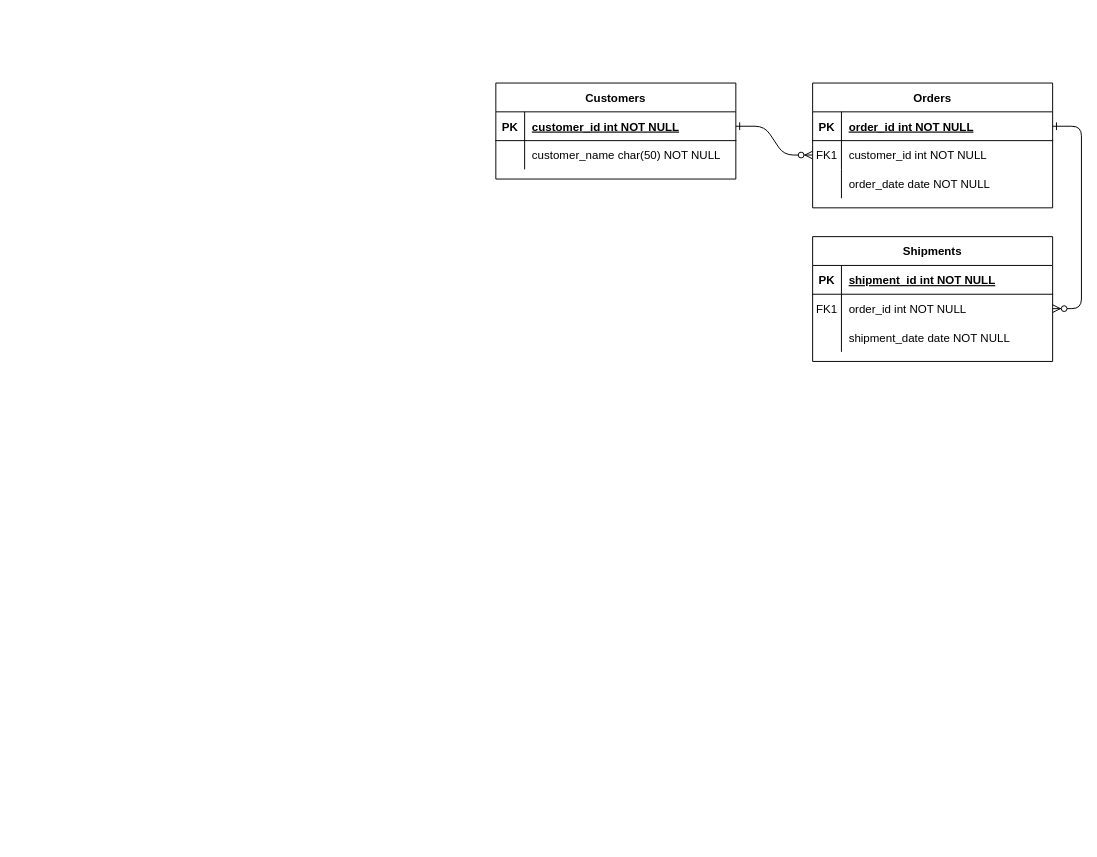
Before: Untitled Diagram.drawio in Jcampbell30/CPSC--3220-File-and-Database-Processing, a draw.io diagram. Source tidied: cells renumbered, new cells numbered last; positions are measured from the earlier drawing's top-left corner, leaving out a move shared by most shapes. Both pictures are drawn from the tidied source at 96%, with x=0, y=0 at pixel (495, 83).
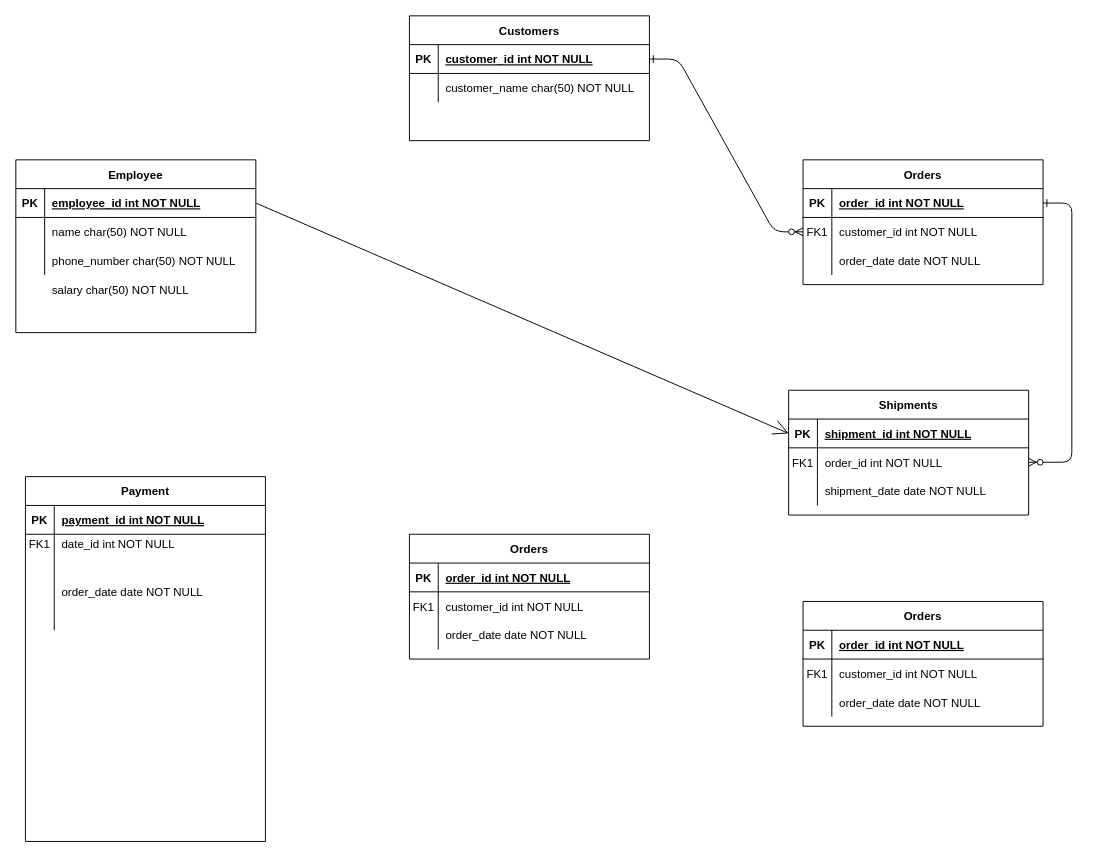
The same diagram, later.

The change refers to these unchanged cells:
```xml
<mxCell id="15" style="shape=partialRectangle;fillColor=none;points=[[0,0.5],[1,0.5]];portConstraint=eastwest;top=0;left=0;right=0;bottom=1;" parent="14" vertex="1">
  <mxGeometry y="30" width="250" height="30" as="geometry" />
</mxCell>
```

The edit, as a diff of the source:
```diff
@@
     <mxCell id="4" value="Orders" style="shape=table;startSize=30;childLayout=tableLayout;rowLines=0;fontStyle=1;align=center;" parent="1" vertex="1">
-      <mxGeometry x="330" width="250" height="130" as="geometry" />
+      <mxGeometry x="320" y="80" width="250" height="130" as="geometry" />
     </mxCell>
@@
     <mxCell id="14" value="Shipments" style="shape=table;startSize=30;childLayout=tableLayout;rowLines=0;fontStyle=1;align=center;" parent="1" vertex="1">
-      <mxGeometry x="330" y="160" width="250" height="130" as="geometry" />
+      <mxGeometry x="305" y="320" width="250" height="130" as="geometry" />
     </mxCell>
@@
     <mxCell id="24" value="Customers" style="shape=table;startSize=30;childLayout=tableLayout;rowLines=0;fontStyle=1;align=center;" parent="1" vertex="1">
-      <mxGeometry width="250" height="100" as="geometry" />
+      <mxGeometry x="-90" y="-70" width="250" height="130" as="geometry" />
     </mxCell>
@@
+    <mxCell id="31" value="Employee" style="shape=table;startSize=30;childLayout=tableLayout;rowLines=0;fontStyle=1;align=center;" parent="1" vertex="1">
+      <mxGeometry x="-500" y="80" width="250" height="180" as="geometry" />
+    </mxCell>
+    <mxCell id="32" style="shape=partialRectangle;fillColor=none;points=[[0,0.5],[1,0.5]];portConstraint=eastwest;top=0;left=0;right=0;bottom=1;" parent="31" vertex="1">
+      <mxGeometry y="30" width="250" height="30" as="geometry" />
+    </mxCell>
+    <mxCell id="33" value="PK" style="shape=partialRectangle;overflow=hidden;fillColor=none;top=0;left=0;bottom=0;right=0;fontStyle=1;" parent="32" vertex="1">
+      <mxGeometry width="30" height="30" as="geometry" />
+    </mxCell>
+    <mxCell id="34" value="employee_id int NOT NULL " style="shape=partialRectangle;overflow=hidden;fillColor=none;top=0;left=0;bottom=0;right=0;align=left;spacingLeft=6;fontStyle=5;" parent="32" vertex="1">
+      <mxGeometry x="30" width="220" height="30" as="geometry" />
+    </mxCell>
+    <mxCell id="35" style="shape=partialRectangle;fillColor=none;top=0;left=0;right=0;bottom=0;" parent="31" vertex="1">
+      <mxGeometry y="60" width="250" height="30" as="geometry" />
+    </mxCell>
+    <mxCell id="36" style="shape=partialRectangle;overflow=hidden;fillColor=none;top=0;left=0;bottom=0;right=0;" parent="35" vertex="1">
+      <mxGeometry width="30" height="30" as="geometry" />
+    </mxCell>
+    <mxCell id="37" value="name char(50) NOT NULL" style="shape=partialRectangle;overflow=hidden;fillColor=none;top=0;left=0;bottom=0;right=0;align=left;spacingLeft=6;" parent="35" vertex="1">
+      <mxGeometry x="30" width="220" height="30" as="geometry" />
+    </mxCell>
+    <mxCell id="38" style="shape=partialRectangle;fillColor=none;top=0;left=0;right=0;bottom=0;" parent="31" vertex="1">
+      <mxGeometry y="90" width="250" height="30" as="geometry" />
+    </mxCell>
+    <mxCell id="39" style="shape=partialRectangle;overflow=hidden;fillColor=none;top=0;left=0;bottom=0;right=0;" parent="38" vertex="1">
+      <mxGeometry width="30" height="30" as="geometry" />
+    </mxCell>
+    <mxCell id="40" value="phone_number char(50) NOT NULL" style="shape=partialRectangle;overflow=hidden;fillColor=none;top=0;left=0;bottom=0;right=0;align=left;spacingLeft=6;" parent="38" vertex="1">
+      <mxGeometry x="30" width="220" height="30" as="geometry" />
+    </mxCell>
+    <mxCell id="41" value="Orders" style="shape=table;startSize=30;childLayout=tableLayout;rowLines=0;fontStyle=1;align=center;" parent="1" vertex="1">
+      <mxGeometry x="320" y="540" width="250" height="130" as="geometry" />
+    </mxCell>
+    <mxCell id="42" style="shape=partialRectangle;fillColor=none;top=0;left=0;right=0;bottom=1;" parent="41" vertex="1">
+      <mxGeometry y="30" width="250" height="30" as="geometry" />
+    </mxCell>
+    <mxCell id="43" value="PK" style="shape=partialRectangle;overflow=hidden;fillColor=none;top=0;left=0;bottom=0;right=0;fontStyle=1;" parent="42" vertex="1">
+      <mxGeometry width="30" height="30" as="geometry" />
+    </mxCell>
+    <mxCell id="44" value="order_id int NOT NULL " style="shape=partialRectangle;overflow=hidden;fillColor=none;top=0;left=0;bottom=0;right=0;align=left;spacingLeft=6;fontStyle=5;" parent="42" vertex="1">
+      <mxGeometry x="30" width="220" height="30" as="geometry" />
+    </mxCell>
+    <mxCell id="45" style="shape=partialRectangle;fillColor=none;top=0;left=0;right=0;bottom=0;" parent="41" vertex="1">
+      <mxGeometry y="60" width="250" height="30" as="geometry" />
+    </mxCell>
+    <mxCell id="46" value="FK1" style="shape=partialRectangle;overflow=hidden;fillColor=none;top=0;left=0;bottom=0;right=0;" parent="45" vertex="1">
+      <mxGeometry width="30" height="30" as="geometry" />
+    </mxCell>
+    <mxCell id="47" value="customer_id int NOT NULL" style="shape=partialRectangle;overflow=hidden;fillColor=none;top=0;left=0;bottom=0;right=0;align=left;spacingLeft=6;" parent="45" vertex="1">
+      <mxGeometry x="30" width="220" height="30" as="geometry" />
+    </mxCell>
+    <mxCell id="48" style="shape=partialRectangle;fillColor=none;top=0;left=0;right=0;bottom=0;" parent="41" vertex="1">
+      <mxGeometry y="90" width="250" height="30" as="geometry" />
+    </mxCell>
+    <mxCell id="49" style="shape=partialRectangle;overflow=hidden;fillColor=none;top=0;left=0;bottom=0;right=0;" parent="48" vertex="1">
+      <mxGeometry width="30" height="30" as="geometry" />
+    </mxCell>
+    <mxCell id="50" value="order_date date NOT NULL" style="shape=partialRectangle;overflow=hidden;fillColor=none;top=0;left=0;bottom=0;right=0;align=left;spacingLeft=6;" parent="48" vertex="1">
+      <mxGeometry x="30" width="220" height="30" as="geometry" />
+    </mxCell>
+    <mxCell id="51" value="Orders" style="shape=table;startSize=30;childLayout=tableLayout;rowLines=0;fontStyle=1;align=center;" parent="1" vertex="1">
+      <mxGeometry x="-90" y="470" width="250" height="130" as="geometry" />
+    </mxCell>
+    <mxCell id="52" style="shape=partialRectangle;fillColor=none;top=0;left=0;right=0;bottom=1;" parent="51" vertex="1">
+      <mxGeometry y="30" width="250" height="30" as="geometry" />
+    </mxCell>
+    <mxCell id="53" value="PK" style="shape=partialRectangle;overflow=hidden;fillColor=none;top=0;left=0;bottom=0;right=0;fontStyle=1;" parent="52" vertex="1">
+      <mxGeometry width="30" height="30" as="geometry" />
+    </mxCell>
+    <mxCell id="54" value="order_id int NOT NULL " style="shape=partialRectangle;overflow=hidden;fillColor=none;top=0;left=0;bottom=0;right=0;align=left;spacingLeft=6;fontStyle=5;" parent="52" vertex="1">
+      <mxGeometry x="30" width="220" height="30" as="geometry" />
+    </mxCell>
+    <mxCell id="55" style="shape=partialRectangle;fillColor=none;top=0;left=0;right=0;bottom=0;" parent="51" vertex="1">
+      <mxGeometry y="60" width="250" height="30" as="geometry" />
+    </mxCell>
+    <mxCell id="56" value="FK1" style="shape=partialRectangle;overflow=hidden;fillColor=none;top=0;left=0;bottom=0;right=0;" parent="55" vertex="1">
+      <mxGeometry width="30" height="30" as="geometry" />
+    </mxCell>
+    <mxCell id="57" value="customer_id int NOT NULL" style="shape=partialRectangle;overflow=hidden;fillColor=none;top=0;left=0;bottom=0;right=0;align=left;spacingLeft=6;" parent="55" vertex="1">
+      <mxGeometry x="30" width="220" height="30" as="geometry" />
+    </mxCell>
+    <mxCell id="58" style="shape=partialRectangle;fillColor=none;top=0;left=0;right=0;bottom=0;" parent="51" vertex="1">
+      <mxGeometry y="90" width="250" height="30" as="geometry" />
+    </mxCell>
+    <mxCell id="59" style="shape=partialRectangle;overflow=hidden;fillColor=none;top=0;left=0;bottom=0;right=0;" parent="58" vertex="1">
+      <mxGeometry width="30" height="30" as="geometry" />
+    </mxCell>
+    <mxCell id="60" value="order_date date NOT NULL" style="shape=partialRectangle;overflow=hidden;fillColor=none;top=0;left=0;bottom=0;right=0;align=left;spacingLeft=6;" parent="58" vertex="1">
+      <mxGeometry x="30" width="220" height="30" as="geometry" />
+    </mxCell>
+    <mxCell id="61" value="Payment" style="shape=table;startSize=30;childLayout=tableLayout;rowLines=0;fontStyle=1;align=center;" parent="1" vertex="1">
+      <mxGeometry x="-490" y="410" width="250" height="380" as="geometry" />
+    </mxCell>
+    <mxCell id="62" style="shape=partialRectangle;fillColor=none;top=0;left=0;right=0;bottom=1;" parent="61" vertex="1">
+      <mxGeometry y="30" width="250" height="30" as="geometry" />
+    </mxCell>
+    <mxCell id="63" value="PK" style="shape=partialRectangle;overflow=hidden;fillColor=none;top=0;left=0;bottom=0;right=0;fontStyle=1;" parent="62" vertex="1">
+      <mxGeometry width="30" height="30" as="geometry" />
+    </mxCell>
+    <mxCell id="64" value="payment_id int NOT NULL " style="shape=partialRectangle;overflow=hidden;fillColor=none;top=0;left=0;bottom=0;right=0;align=left;spacingLeft=6;fontStyle=5;" parent="62" vertex="1">
+      <mxGeometry x="30" width="220" height="30" as="geometry" />
+    </mxCell>
+    <mxCell id="65" style="shape=partialRectangle;fillColor=none;top=0;left=0;right=0;bottom=0;" parent="61" vertex="1">
+      <mxGeometry y="60" width="250" height="20" as="geometry" />
+    </mxCell>
+    <mxCell id="66" value="FK1" style="shape=partialRectangle;overflow=hidden;fillColor=none;top=0;left=0;bottom=0;right=0;" parent="65" vertex="1">
+      <mxGeometry width="30" height="20" as="geometry" />
+    </mxCell>
+    <mxCell id="67" value="date_id int NOT NULL" style="shape=partialRectangle;overflow=hidden;fillColor=none;top=0;left=0;bottom=0;right=0;align=left;spacingLeft=6;" parent="65" vertex="1">
+      <mxGeometry x="30" width="220" height="20" as="geometry" />
+    </mxCell>
+    <mxCell id="68" style="shape=partialRectangle;fillColor=none;top=0;left=0;right=0;bottom=0;" parent="61" vertex="1">
+      <mxGeometry y="80" width="250" height="80" as="geometry" />
+    </mxCell>
+    <mxCell id="69" style="shape=partialRectangle;overflow=hidden;fillColor=none;top=0;left=0;bottom=0;right=0;" parent="68" vertex="1">
+      <mxGeometry width="30" height="80" as="geometry" />
+    </mxCell>
+    <mxCell id="70" value="order_date date NOT NULL" style="shape=partialRectangle;overflow=hidden;fillColor=none;top=0;left=0;bottom=0;right=0;align=left;spacingLeft=6;" parent="68" vertex="1">
+      <mxGeometry x="30" width="220" height="80" as="geometry" />
+    </mxCell>
+    <mxCell id="71" value="salary char(50) NOT NULL" style="shape=partialRectangle;overflow=hidden;fillColor=none;top=0;left=0;bottom=0;right=0;align=left;spacingLeft=6;" parent="1" vertex="1">
+      <mxGeometry x="-470" y="190" width="220" height="50" as="geometry" />
+    </mxCell>
+    <mxCell id="72" style="edgeStyle=none;jettySize=auto;html=1;rounded=0;fontSize=12;endArrow=open;startSize=14;endSize=14;sourcePerimeterSpacing=8;targetPerimeterSpacing=8;curved=1;exitX=1;exitY=0.5;exitDx=0;exitDy=0;entryX=0;entryY=0.5;entryDx=0;entryDy=0;" parent="1" edge="1" source="32" target="15">
+      <mxGeometry relative="1" as="geometry" />
+    </mxCell>
```
